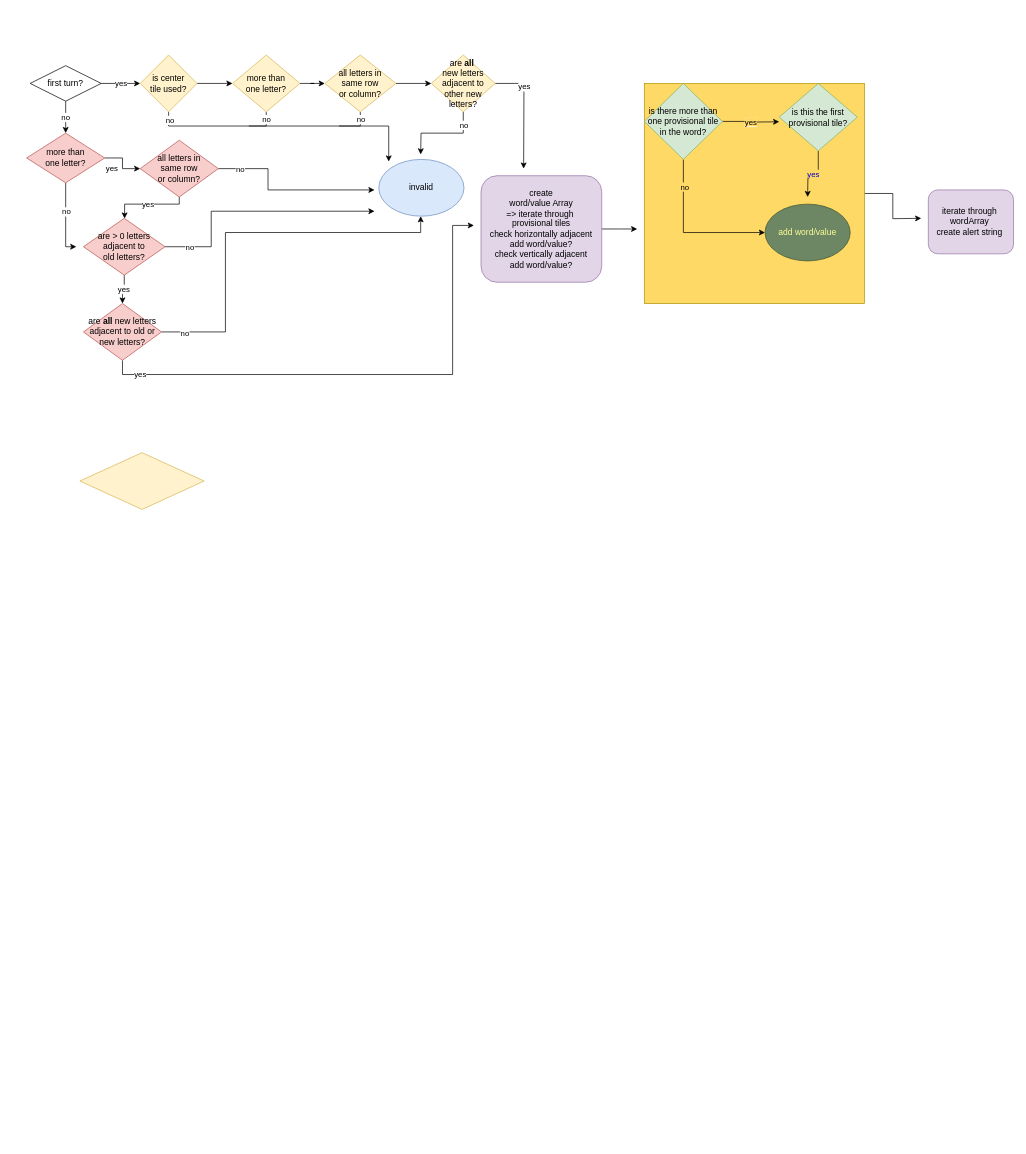
This is scrooble_scoring.drawio from davebenjoya/scrooble, a draw.io file, before an edit. Source tidied: cells renumbered, new cells numbered last; positions are measured from the earlier drawing's top-left corner, leaving out a move shared by most shapes. Both pictures are drawn from the tidied source at 71%, with x=0, y=0 at pixel (26, 55).
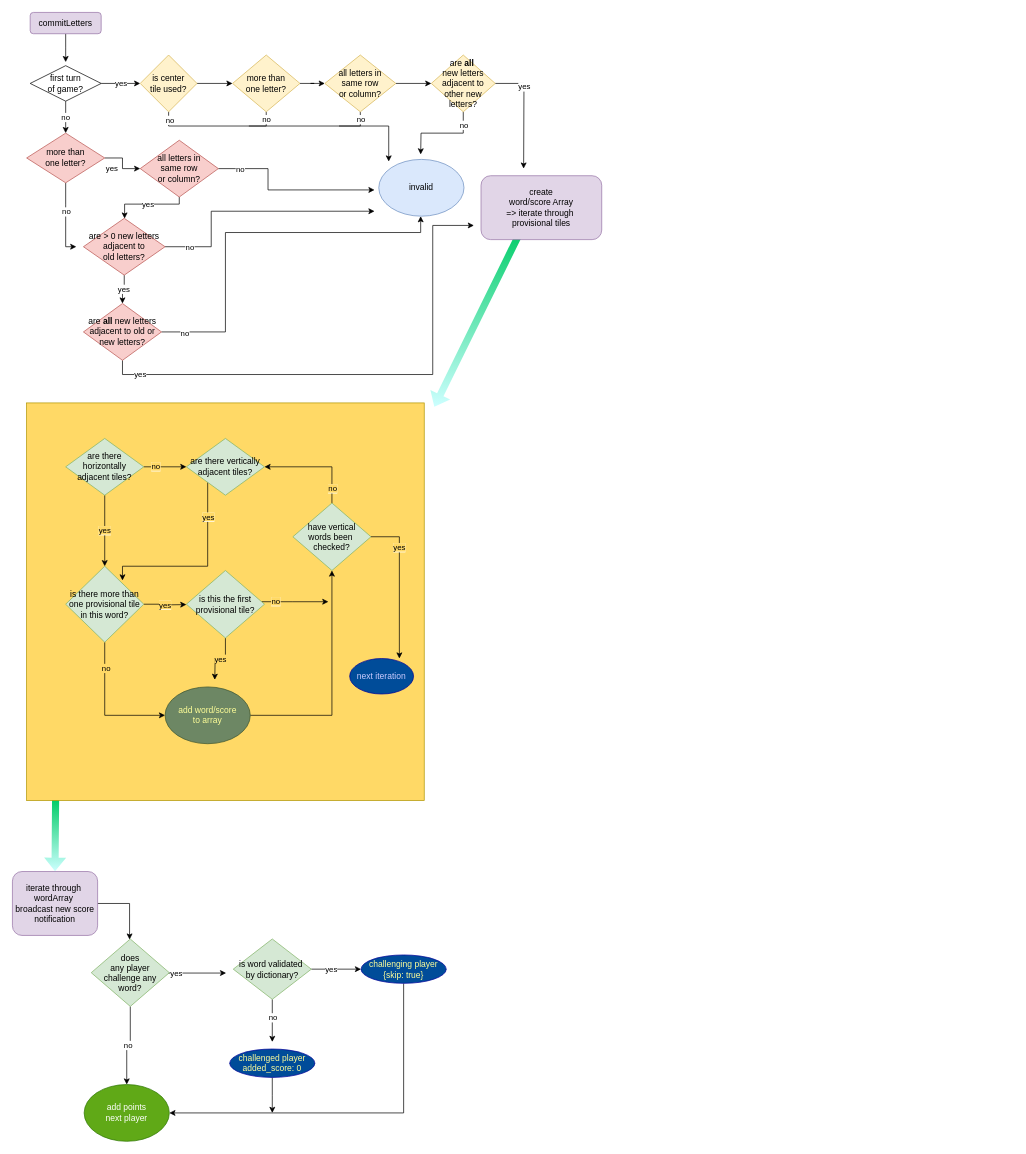
After the change.

Unchanged cells that the change refers to:
```xml
<mxCell id="16" value="are &lt;b&gt;all&lt;/b&gt; new letters &lt;br&gt;adjacent to old or &lt;br&gt;new letters?" style="rhombus;whiteSpace=wrap;html=1;fillColor=#f8cecc;strokeColor=#b85450;" parent="1" vertex="1">
  <mxGeometry x="80" y="350" width="110" height="80" as="geometry" />
</mxCell>
```

Diff of the diagram source:
```diff
@@
-    <mxCell id="2" style="edgeStyle=orthogonalEdgeStyle;rounded=0;jettySize=auto;html=1;startArrow=none;startFill=0;endArrow=classic;endFill=1;strokeWidth=1;fillColor=#85FFFB;fontColor=#0000CC;" parent="1" edge="1" source="3">
-      <mxGeometry relative="1" as="geometry">
-        <mxPoint x="1260" y="230" as="targetPoint" />
-      </mxGeometry>
-    </mxCell>
+    <mxCell id="53" style="shape=flexArrow;endArrow=classic;html=1;strokeColor=none;gradientColor=#CCFFFF;fillColor=#00CC66;exitX=0.18;exitY=0.996;exitDx=0;exitDy=0;exitPerimeter=0;" parent="1" edge="1">
+      <mxGeometry relative="1" as="geometry">
+        <mxPoint x="40.8" y="1047.8" as="sourcePoint" />
+        <mxPoint x="40" y="1150" as="targetPoint" />
+      </mxGeometry>
+    </mxCell>
+    <mxCell id="54" style="shape=flexArrow;endArrow=classic;html=1;strokeColor=none;gradientColor=#CCFFFF;fillColor=#00CC66;" parent="1" edge="1">
+      <mxGeometry relative="1" as="geometry">
+        <mxPoint x="696.9" y="246" as="sourcePoint" />
+        <mxPoint x="574" y="496" as="targetPoint" />
+      </mxGeometry>
+    </mxCell>
-    <mxCell id="3" style="whiteSpace=wrap;html=1;strokeColor=#B09500;fontColor=#ffffff;fillColor=#FFD966;" parent="1" vertex="1">
-      <mxGeometry x="870" y="40" width="310" height="310" as="geometry" />
+    <mxCell id="3" style="whiteSpace=wrap;html=1;strokeColor=#B09500;fontColor=#ffffff;fillColor=#FFD966;glass=0;" parent="1" vertex="1">
+      <mxGeometry y="490" width="560" height="560" as="geometry" />
     </mxCell>
@@
     <mxCell id="14" style="edgeStyle=orthogonalEdgeStyle;rounded=0;jettySize=auto;html=1;exitX=0.5;exitY=1;exitDx=0;exitDy=0;startArrow=none;startFill=0;endArrow=classic;endFill=1;" parent="1" edge="1" source="16">
       <mxGeometry relative="1" as="geometry">
         <mxPoint x="630" y="240" as="targetPoint" />
         <Array as="points">
           <mxPoint x="135" y="450" />
-          <mxPoint x="600" y="450" />
-          <mxPoint x="600" y="240" />
+          <mxPoint x="572" y="450" />
+          <mxPoint x="572" y="240" />
         </Array>
       </mxGeometry>
     </mxCell>
@@
-    <mxCell id="17" style="rhombus;whiteSpace=wrap;html=1;fillColor=#fff2cc;strokeColor=#d6b656;" parent="1" vertex="1">
-      <mxGeometry x="75" y="560" width="175" height="80" as="geometry" />
-    </mxCell>
@@
-    <mxCell id="21" value="first turn?" style="rhombus;whiteSpace=wrap;html=1;" parent="1" vertex="1">
+    <mxCell id="21" value="first turn&lt;br&gt;of game?" style="rhombus;whiteSpace=wrap;html=1;" parent="1" vertex="1">
       <mxGeometry x="5" y="15" width="100" height="50" as="geometry" />
     </mxCell>
@@
-    <mxCell id="29" value="are &amp;gt; 0 letters&lt;br&gt;adjacent to &lt;br&gt;old letters?" style="rhombus;whiteSpace=wrap;html=1;fillColor=#f8cecc;strokeColor=#b85450;" parent="1" vertex="1">
+    <mxCell id="29" value="are &amp;gt; 0 new letters&lt;br&gt;adjacent to &lt;br&gt;old letters?" style="rhombus;whiteSpace=wrap;html=1;fillColor=#f8cecc;strokeColor=#b85450;" parent="1" vertex="1">
       <mxGeometry x="80" y="230" width="115" height="80" as="geometry" />
     </mxCell>
@@
-    <mxCell id="43" style="edgeStyle=orthogonalEdgeStyle;rounded=0;jettySize=auto;html=1;startArrow=none;startFill=0;endArrow=classic;endFill=1;strokeWidth=1;fillColor=#85FFFB;fontColor=#0000CC;" parent="1" edge="1" source="44">
-      <mxGeometry relative="1" as="geometry">
-        <mxPoint x="860" y="245" as="targetPoint" />
-      </mxGeometry>
-    </mxCell>
-    <mxCell id="44" value="create &lt;br&gt;word/value Array&lt;br&gt;=&amp;gt; iterate through&amp;nbsp;&lt;br&gt;provisional tiles&lt;br&gt;check horizontally adjacent&lt;br&gt;add word/value?&lt;br&gt;check vertically adjacent&lt;br&gt;add word/value?" style="rounded=1;whiteSpace=wrap;html=1;fillColor=#e1d5e7;strokeColor=#9673a6;" parent="1" vertex="1">
-      <mxGeometry x="640" y="170" width="170" height="150" as="geometry" />
+    <mxCell id="44" value="create &lt;br&gt;word/score Array&lt;br&gt;=&amp;gt; iterate through&amp;nbsp;&lt;br&gt;provisional tiles" style="rounded=1;whiteSpace=wrap;html=1;fillColor=#e1d5e7;strokeColor=#9673a6;" parent="1" vertex="1">
+      <mxGeometry x="640" y="170" width="170" height="90" as="geometry" />
     </mxCell>
+    <mxCell id="55" style="edgeStyle=orthogonalEdgeStyle;rounded=0;jettySize=auto;html=1;endArrow=classic;endFill=1;fillColor=#00FFFF;gradientColor=#9933FF;" parent="1" edge="1" source="45" target="74">
+      <mxGeometry relative="1" as="geometry">
+        <Array as="points">
+          <mxPoint x="145" y="1195" />
+        </Array>
+      </mxGeometry>
+    </mxCell>
-    <mxCell id="45" value="iterate through&amp;nbsp;&lt;br&gt;wordArray&amp;nbsp;&lt;br&gt;create alert string&amp;nbsp;" style="rounded=1;whiteSpace=wrap;html=1;fillColor=#e1d5e7;strokeColor=#9673a6;" parent="1" vertex="1">
-      <mxGeometry x="1270" y="190" width="120" height="90" as="geometry" />
+    <mxCell id="45" value="iterate through&amp;nbsp;&lt;br&gt;wordArray&amp;nbsp;&lt;br&gt;broadcast new score notification" style="rounded=1;whiteSpace=wrap;html=1;fillColor=#e1d5e7;strokeColor=#9673a6;" parent="1" vertex="1">
+      <mxGeometry x="-20" y="1150" width="120" height="90" as="geometry" />
     </mxCell>
     <mxCell id="46" value="&lt;span style=&quot;background-color: rgb(255 , 217 , 102)&quot;&gt;yes&lt;/span&gt;" style="edgeStyle=orthogonalEdgeStyle;rounded=0;jettySize=auto;html=1;startArrow=none;startFill=0;endArrow=classic;endFill=1;" parent="1" edge="1" source="49">
       <mxGeometry relative="1" as="geometry">
-        <mxPoint x="1060" y="94" as="targetPoint" />
+        <mxPoint x="225" y="774" as="targetPoint" />
       </mxGeometry>
     </mxCell>
     <mxCell id="47" style="edgeStyle=orthogonalEdgeStyle;rounded=0;jettySize=auto;html=1;exitX=0.5;exitY=1;exitDx=0;exitDy=0;startArrow=none;startFill=0;endArrow=classic;endFill=1;entryX=0;entryY=0.5;entryDx=0;entryDy=0;" parent="1" edge="1" source="49" target="52">
       <mxGeometry relative="1" as="geometry">
         <Array as="points">
-          <mxPoint x="925" y="250" />
+          <mxPoint x="110" y="930" />
         </Array>
       </mxGeometry>
     </mxCell>
@@
-    <mxCell id="49" value="is there more than one provisional tile in the word?" style="rhombus;whiteSpace=wrap;html=1;fillColor=#d5e8d4;strokeColor=#82b366;" parent="1" vertex="1">
-      <mxGeometry x="870" y="40" width="110" height="107" as="geometry" />
+    <mxCell id="49" value="is there more than one provisional tile in this word?" style="rhombus;whiteSpace=wrap;html=1;fillColor=#d5e8d4;strokeColor=#82b366;" parent="1" vertex="1">
+      <mxGeometry x="55" y="720" width="110" height="107" as="geometry" />
     </mxCell>
-    <mxCell id="50" value="&lt;span style=&quot;&quot;&gt;yes&lt;/span&gt;" style="edgeStyle=orthogonalEdgeStyle;rounded=0;jettySize=auto;html=1;exitX=0.5;exitY=1;exitDx=0;exitDy=0;startArrow=none;startFill=0;endArrow=classic;endFill=1;fontColor=#0000CC;labelBackgroundColor=#FFD966;" parent="1" edge="1" source="51">
+    <mxCell id="50" value="&lt;span&gt;&lt;font color=&quot;#000000&quot;&gt;yes&lt;/font&gt;&lt;/span&gt;" style="edgeStyle=orthogonalEdgeStyle;rounded=0;jettySize=auto;html=1;exitX=0.5;exitY=1;exitDx=0;exitDy=0;startArrow=none;startFill=0;endArrow=classic;endFill=1;fontColor=#0000CC;labelBackgroundColor=#FFD966;" parent="1" edge="1" source="51">
       <mxGeometry relative="1" as="geometry">
-        <mxPoint x="1100" y="200" as="targetPoint" />
+        <mxPoint x="265" y="880" as="targetPoint" />
       </mxGeometry>
     </mxCell>
+    <mxCell id="56" style="edgeStyle=orthogonalEdgeStyle;rounded=0;jettySize=auto;html=1;" parent="1" edge="1" source="51">
+      <mxGeometry relative="1" as="geometry">
+        <mxPoint x="425" y="770" as="targetPoint" />
+        <Array as="points">
+          <mxPoint x="375" y="770" />
+          <mxPoint x="375" y="770" />
+        </Array>
+      </mxGeometry>
+    </mxCell>
+    <mxCell id="57" value="&lt;span style=&quot;background-color: rgb(255 , 217 , 102)&quot;&gt;no&lt;/span&gt;" style="edgeLabel;html=1;align=center;verticalAlign=middle;" parent="56" vertex="1">
+      <mxGeometry x="-0.58" y="2" relative="1" as="geometry">
+        <mxPoint y="1" as="offset" />
+      </mxGeometry>
+    </mxCell>
     <mxCell id="51" value="is this the first provisional tile?" style="rhombus;whiteSpace=wrap;html=1;fillColor=#d5e8d4;strokeColor=#82b366;" parent="1" vertex="1">
-      <mxGeometry x="1060" y="40" width="110" height="95" as="geometry" />
+      <mxGeometry x="225" y="726" width="110" height="95" as="geometry" />
     </mxCell>
+    <mxCell id="58" style="edgeStyle=orthogonalEdgeStyle;rounded=0;jettySize=auto;html=1;endArrow=classic;endFill=1;" parent="1" edge="1" source="52" target="70">
+      <mxGeometry relative="1" as="geometry" />
+    </mxCell>
-    <mxCell id="52" value="&lt;font color=&quot;#ffff99&quot;&gt;add word/value&lt;/font&gt;" style="ellipse;whiteSpace=wrap;html=1;fontColor=#ffffff;fillColor=#6d8764;strokeColor=#3A5431;" parent="1" vertex="1">
-      <mxGeometry x="1040" y="210" width="120" height="80" as="geometry" />
+    <mxCell id="52" value="&lt;font color=&quot;#ffff99&quot;&gt;add word/score&lt;br&gt;to array&lt;br&gt;&lt;/font&gt;" style="ellipse;whiteSpace=wrap;html=1;fontColor=#ffffff;fillColor=#6d8764;strokeColor=#3A5431;" parent="1" vertex="1">
+      <mxGeometry x="195" y="890" width="120" height="80" as="geometry" />
     </mxCell>
+    <mxCell id="59" value="&lt;span style=&quot;background-color: rgb(255 , 217 , 102)&quot;&gt;yes&lt;/span&gt;" style="edgeStyle=orthogonalEdgeStyle;rounded=0;jettySize=auto;html=1;entryX=0.5;entryY=0;entryDx=0;entryDy=0;" parent="1" edge="1" source="62" target="49">
+      <mxGeometry relative="1" as="geometry" />
+    </mxCell>
+    <mxCell id="60" style="edgeStyle=orthogonalEdgeStyle;rounded=0;jettySize=auto;html=1;entryX=0;entryY=0.5;entryDx=0;entryDy=0;" parent="1" edge="1" source="62" target="65">
+      <mxGeometry relative="1" as="geometry" />
+    </mxCell>
+    <mxCell id="61" value="&lt;span style=&quot;background-color: rgb(255 , 217 , 102)&quot;&gt;no&lt;/span&gt;" style="edgeLabel;html=1;align=center;verticalAlign=middle;" parent="60" vertex="1">
+      <mxGeometry x="-0.47" y="1" relative="1" as="geometry" />
+    </mxCell>
+    <mxCell id="62" value="are there horizontally adjacent tiles?" style="rhombus;whiteSpace=wrap;html=1;fillColor=#d5e8d4;strokeColor=#82b366;" parent="1" vertex="1">
+      <mxGeometry x="55" y="540" width="110" height="80" as="geometry" />
+    </mxCell>
+    <mxCell id="63" style="edgeStyle=orthogonalEdgeStyle;rounded=0;jettySize=auto;html=1;" parent="1" edge="1" source="65">
+      <mxGeometry relative="1" as="geometry">
+        <mxPoint x="135" y="740" as="targetPoint" />
+        <Array as="points">
+          <mxPoint x="255" y="720" />
+          <mxPoint x="135" y="720" />
+        </Array>
+      </mxGeometry>
+    </mxCell>
+    <mxCell id="64" value="&lt;span style=&quot;background-color: rgb(255 , 217 , 102)&quot;&gt;yes&lt;/span&gt;" style="edgeLabel;html=1;align=center;verticalAlign=middle;" parent="63" vertex="1">
+      <mxGeometry x="-0.62" relative="1" as="geometry" />
+    </mxCell>
+    <mxCell id="65" value="are there vertically adjacent tiles?" style="rhombus;whiteSpace=wrap;html=1;fillColor=#d5e8d4;strokeColor=#82b366;" parent="1" vertex="1">
+      <mxGeometry x="225" y="540" width="110" height="80" as="geometry" />
+    </mxCell>
+    <mxCell id="66" style="edgeStyle=orthogonalEdgeStyle;rounded=0;jettySize=auto;html=1;endArrow=classic;endFill=1;entryX=1;entryY=0.5;entryDx=0;entryDy=0;" parent="1" edge="1" source="70" target="65">
+      <mxGeometry relative="1" as="geometry">
+        <Array as="points">
+          <mxPoint x="430" y="580" />
+        </Array>
+      </mxGeometry>
+    </mxCell>
+    <mxCell id="67" value="&lt;span style=&quot;background-color: rgb(255 , 217 , 102)&quot;&gt;no&lt;/span&gt;" style="edgeLabel;html=1;align=center;verticalAlign=middle;" parent="66" vertex="1">
+      <mxGeometry x="-0.93" relative="1" as="geometry">
+        <mxPoint y="-16" as="offset" />
+      </mxGeometry>
+    </mxCell>
+    <mxCell id="68" style="edgeStyle=orthogonalEdgeStyle;rounded=0;jettySize=auto;html=1;endArrow=classic;endFill=1;fillColor=#00FFFF;gradientColor=#9933FF;" parent="1" edge="1" source="70">
+      <mxGeometry relative="1" as="geometry">
+        <mxPoint x="525" y="850" as="targetPoint" />
+        <Array as="points">
+          <mxPoint x="525" y="679" />
+        </Array>
+      </mxGeometry>
+    </mxCell>
+    <mxCell id="69" value="&lt;span style=&quot;background-color: rgb(255 , 217 , 102)&quot;&gt;yes&lt;/span&gt;" style="edgeLabel;html=1;align=center;verticalAlign=middle;" parent="68" vertex="1">
+      <mxGeometry x="-0.48" y="-1" relative="1" as="geometry" />
+    </mxCell>
+    <mxCell id="70" value="have vertical&lt;br&gt;words been&amp;nbsp;&lt;br&gt;checked?" style="rhombus;whiteSpace=wrap;html=1;fillColor=#d5e8d4;strokeColor=#82b366;" parent="1" vertex="1">
+      <mxGeometry x="375" y="631" width="110" height="95" as="geometry" />
+    </mxCell>
+    <mxCell id="71" value="&lt;font color=&quot;#ccccff&quot;&gt;next iteration&lt;/font&gt;" style="ellipse;whiteSpace=wrap;html=1;fontColor=#ffffff;strokeColor=#000099;fillColor=#004C99;" parent="1" vertex="1">
+      <mxGeometry x="455" y="850" width="90" height="50" as="geometry" />
+    </mxCell>
+    <mxCell id="72" value="yes" style="edgeStyle=orthogonalEdgeStyle;rounded=0;orthogonalLoop=1;jettySize=auto;html=1;endArrow=classic;endFill=1;fillColor=#00FFFF;gradientColor=#9933FF;" parent="1" edge="1">
+      <mxGeometry relative="1" as="geometry">
+        <mxPoint x="141" y="1293" as="sourcePoint" />
+        <mxPoint x="281" y="1293" as="targetPoint" />
+        <Array as="points">
+          <mxPoint x="191" y="1293" />
+          <mxPoint x="191" y="1293" />
+        </Array>
+      </mxGeometry>
+    </mxCell>
+    <mxCell id="73" value="no" style="edgeStyle=orthogonalEdgeStyle;rounded=0;jettySize=auto;html=1;endArrow=classic;endFill=1;fillColor=#00FFFF;gradientColor=#9933FF;entryX=0.5;entryY=0;entryDx=0;entryDy=0;" parent="1" edge="1" source="74" target="84">
+      <mxGeometry relative="1" as="geometry">
+        <Array as="points">
+          <mxPoint x="146" y="1395" />
+          <mxPoint x="141" y="1395" />
+        </Array>
+      </mxGeometry>
+    </mxCell>
+    <mxCell id="74" value="does &lt;br&gt;any player challenge any word?" style="rhombus;whiteSpace=wrap;html=1;fillColor=#d5e8d4;strokeColor=#82b366;" parent="1" vertex="1">
+      <mxGeometry x="91" y="1245" width="110" height="95" as="geometry" />
+    </mxCell>
+    <mxCell id="75" style="edgeStyle=orthogonalEdgeStyle;rounded=0;jettySize=auto;html=1;exitX=0.5;exitY=1;exitDx=0;exitDy=0;endArrow=classic;endFill=1;fillColor=#00FFFF;gradientColor=#9933FF;" parent="1" edge="1" source="76">
+      <mxGeometry relative="1" as="geometry">
+        <mxPoint x="346" y="1490" as="targetPoint" />
+      </mxGeometry>
+    </mxCell>
+    <mxCell id="76" value="&lt;font color=&quot;#ffff99&quot;&gt;challenged player added_score: 0&lt;/font&gt;" style="ellipse;whiteSpace=wrap;html=1;glass=0;strokeColor=#000099;fillColor=#004C99;" parent="1" vertex="1">
+      <mxGeometry x="286" y="1400" width="120" height="40" as="geometry" />
+    </mxCell>
+    <mxCell id="77" style="edgeStyle=orthogonalEdgeStyle;rounded=0;jettySize=auto;html=1;endArrow=classic;endFill=1;fillColor=#00FFFF;gradientColor=#9933FF;" parent="1" edge="1" source="81">
+      <mxGeometry relative="1" as="geometry">
+        <mxPoint x="346" y="1390" as="targetPoint" />
+      </mxGeometry>
+    </mxCell>
+    <mxCell id="78" value="no" style="edgeLabel;html=1;align=center;verticalAlign=middle;" parent="77" vertex="1">
+      <mxGeometry x="-0.16" relative="1" as="geometry" />
+    </mxCell>
+    <mxCell id="79" style="edgeStyle=orthogonalEdgeStyle;rounded=0;jettySize=auto;html=1;exitX=1;exitY=0.5;exitDx=0;exitDy=0;entryX=0;entryY=0.5;entryDx=0;entryDy=0;endArrow=classic;endFill=1;fillColor=#00FFFF;gradientColor=#9933FF;" parent="1" edge="1" source="81" target="83">
+      <mxGeometry relative="1" as="geometry" />
+    </mxCell>
+    <mxCell id="80" value="yes" style="edgeLabel;html=1;align=center;verticalAlign=middle;" parent="79" vertex="1">
+      <mxGeometry x="-0.22" y="-2" relative="1" as="geometry">
+        <mxPoint y="-2" as="offset" />
+      </mxGeometry>
+    </mxCell>
+    <mxCell id="81" value="is word validated&amp;nbsp;&lt;br&gt;by dictionary?" style="rhombus;whiteSpace=wrap;html=1;fillColor=#d5e8d4;strokeColor=#82b366;" parent="1" vertex="1">
+      <mxGeometry x="291" y="1245" width="110" height="85" as="geometry" />
+    </mxCell>
+    <mxCell id="82" style="edgeStyle=orthogonalEdgeStyle;rounded=0;jettySize=auto;html=1;exitX=0.5;exitY=1;exitDx=0;exitDy=0;entryX=1;entryY=0.5;entryDx=0;entryDy=0;endArrow=classic;endFill=1;fillColor=#00FFFF;gradientColor=#9933FF;" parent="1" edge="1" source="83" target="84">
+      <mxGeometry relative="1" as="geometry" />
+    </mxCell>
+    <mxCell id="83" value="&lt;font color=&quot;#ffff99&quot;&gt;challenging player {skip: true}&lt;/font&gt;" style="ellipse;whiteSpace=wrap;html=1;glass=0;strokeColor=#000099;fillColor=#004C99;" parent="1" vertex="1">
+      <mxGeometry x="471" y="1267.5" width="120" height="40" as="geometry" />
+    </mxCell>
+    <mxCell id="84" value="add points&lt;br&gt;next player" style="ellipse;whiteSpace=wrap;html=1;glass=0;strokeColor=#2D7600;fillColor=#60a917;fontColor=#ffffff;" parent="1" vertex="1">
+      <mxGeometry x="81" y="1450" width="120" height="80" as="geometry" />
+    </mxCell>
+    <mxCell id="85" style="edgeStyle=orthogonalEdgeStyle;rounded=0;jettySize=auto;html=1;endArrow=classic;endFill=1;fillColor=#00FFFF;gradientColor=#9933FF;" parent="1" edge="1" source="86">
+      <mxGeometry relative="1" as="geometry">
+        <mxPoint x="55" y="10" as="targetPoint" />
+      </mxGeometry>
+    </mxCell>
+    <mxCell id="86" value="commitLetters" style="rounded=1;whiteSpace=wrap;html=1;fillColor=#e1d5e7;strokeColor=#9673a6;" parent="1" vertex="1">
+      <mxGeometry x="5" y="-60" width="100" height="30" as="geometry" />
+    </mxCell>
```
